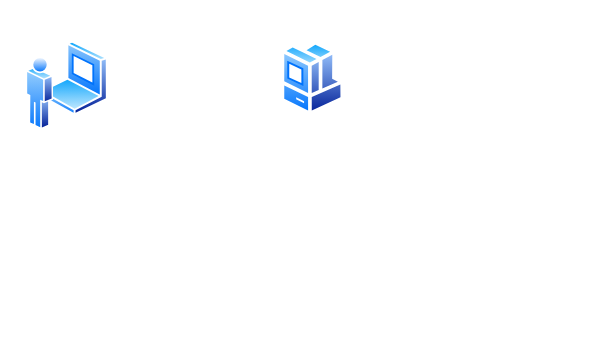
The draw.io diagram page "RDP-Instance" (4 of 4) of new architecture.drawio in vanguoo/Keithley-2400-6221-2182A-measurments, before the edit. Source tidied: cells renumbered, new cells numbered last; positions are measured from the earlier drawing's top-left corner, leaving out a move shared by most shapes. Both pictures are drawn from the tidied source at 150%, with x=0, y=0 at pixel (26, 40).
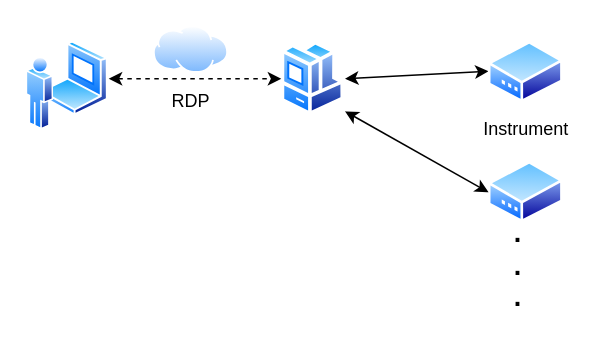
The same page after the edit.

Diff of the diagram source:
```diff
@@
 <mxGraphModel>
   <root>
     <mxCell id="0" />
     <mxCell id="1" parent="0" />
     <mxCell id="2" style="perimeter=ellipsePerimeter;html=1;align=center;shadow=0;dashed=0;spacingTop=3;image;image=img/lib/active_directory/laptop_client.svg;rounded=0;fillColor=none;" parent="1" vertex="1">
       <mxGeometry x="10" width="45" height="50" as="geometry" />
     </mxCell>
     <mxCell id="3" style="perimeter=ellipsePerimeter;html=1;align=center;shadow=0;dashed=0;spacingTop=3;image;image=img/lib/active_directory/user.svg;rounded=0;fillColor=none;" parent="1" vertex="1">
       <mxGeometry y="10" width="18.5" height="50" as="geometry" />
     </mxCell>
     <mxCell id="4" style="perimeter=ellipsePerimeter;html=1;align=center;shadow=0;dashed=0;spacingTop=3;image;image=img/lib/active_directory/workstation_client.svg;rounded=0;fillColor=none;" parent="1" vertex="1">
       <mxGeometry x="170" width="42.5" height="50" as="geometry" />
     </mxCell>
+    <mxCell id="5" style="endArrow=classic;startArrow=classic;html=1;entryX=0;entryY=0.5;entryDx=0;entryDy=0;exitX=1;exitY=0.5;exitDx=0;exitDy=0;" parent="1" edge="1" source="4">
+      <mxGeometry relative="1" as="geometry">
+        <mxPoint x="308.2" y="20" as="targetPoint" />
+      </mxGeometry>
+    </mxCell>
+    <mxCell id="6" value="Instrument" style="perimeter=ellipsePerimeter;html=1;align=center;shadow=0;dashed=0;spacingTop=3;image;image=img/lib/active_directory/modem.svg;rounded=0;fillColor=none;" parent="1" vertex="1">
+      <mxGeometry x="308.2" width="50" height="41.5" as="geometry" />
+    </mxCell>
+    <mxCell id="7" style="perimeter=ellipsePerimeter;html=1;align=center;shadow=0;dashed=0;spacingTop=3;image;image=img/lib/active_directory/modem.svg;rounded=0;fillColor=none;" parent="1" vertex="1">
+      <mxGeometry x="308.2" y="80" width="50" height="41.5" as="geometry" />
+    </mxCell>
+    <mxCell id="8" style="endArrow=classic;startArrow=classic;html=1;entryX=0;entryY=0.5;entryDx=0;entryDy=0;exitX=1;exitY=1;exitDx=0;exitDy=0;" parent="1" edge="1" target="7">
+      <mxGeometry relative="1" as="geometry">
+        <mxPoint x="212.5" y="46.7" as="sourcePoint" />
+      </mxGeometry>
+    </mxCell>
+    <mxCell id="9" value="&lt;font style=&quot;font-size: 18px&quot;&gt;&lt;b&gt;.&lt;br&gt;.&lt;br&gt;.&lt;/b&gt;&lt;/font&gt;" style="text;html=1;strokeColor=none;fillColor=none;align=center;verticalAlign=middle;whiteSpace=wrap;rounded=0;sketch=0;" parent="1" vertex="1">
+      <mxGeometry x="308.2" y="140" width="40" height="20" as="geometry" />
+    </mxCell>
+    <mxCell id="10" style="endArrow=classic;startArrow=classic;html=1;entryX=0;entryY=0.5;entryDx=0;entryDy=0;exitX=1;exitY=0.5;exitDx=0;exitDy=0;dashed=1;" parent="1" edge="1" source="2" target="4">
+      <mxGeometry relative="1" as="geometry" />
+    </mxCell>
+    <mxCell id="11" value="RDP" style="text;html=1;strokeColor=none;fillColor=none;align=center;verticalAlign=middle;whiteSpace=wrap;rounded=0;" parent="1" vertex="1">
+      <mxGeometry x="90" y="30" width="40" height="20" as="geometry" />
+    </mxCell>
+    <mxCell id="12" style="perimeter=ellipsePerimeter;html=1;align=center;shadow=0;dashed=0;spacingTop=3;image;image=img/lib/active_directory/internet_cloud.svg;rounded=0;fillColor=none;" parent="1" vertex="1">
+      <mxGeometry x="85" y="-10" width="50" height="31.5" as="geometry" />
+    </mxCell>
   </root>
 </mxGraphModel>
```
